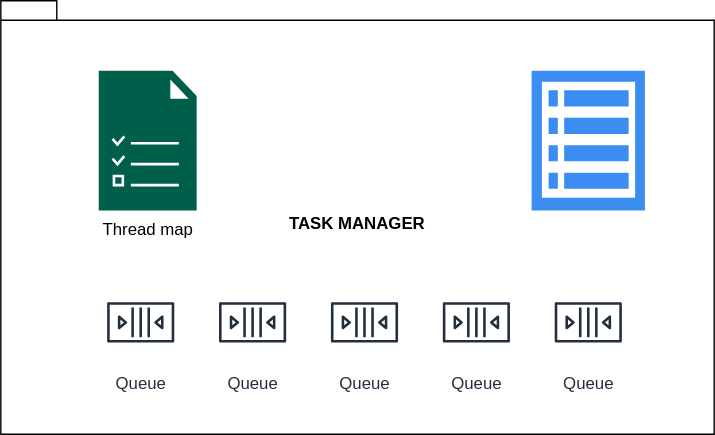
The draw.io diagram docs/forwarding-messages.svg in alexcvc/boilerplate-taskController, before a commit. Source tidied: cells renumbered, new cells last; positions are measured from the earlier drawing's top-left corner, leaving out a move shared by most shapes. The source it was exported from:
```xml
<mxGraphModel>
  <root>
    <mxCell id="0" />
    <mxCell id="1" parent="0" />
    <mxCell id="2" value="TASK MANAGER" style="shape=folder;fontStyle=1;spacingTop=10;tabWidth=40;tabHeight=14;tabPosition=left;html=1;whiteSpace=wrap;" parent="1" vertex="1">
      <mxGeometry width="510" height="310" as="geometry" />
    </mxCell>
    <mxCell id="3" value="Queue" style="sketch=0;fontColor=#232F3E;gradientColor=none;strokeColor=#232F3E;fillColor=#ffffff;dashed=0;verticalLabelPosition=bottom;verticalAlign=top;align=center;html=1;fontSize=12;fontStyle=0;shape=mxgraph.aws4.resourceIcon;resIcon=mxgraph.aws4.queue;" parent="1" vertex="1">
      <mxGeometry x="70" y="200" width="60" height="60" as="geometry" />
    </mxCell>
    <mxCell id="4" value="Queue" style="sketch=0;fontColor=#232F3E;gradientColor=none;strokeColor=#232F3E;fillColor=#ffffff;dashed=0;verticalLabelPosition=bottom;verticalAlign=top;align=center;html=1;fontSize=12;fontStyle=0;shape=mxgraph.aws4.resourceIcon;resIcon=mxgraph.aws4.queue;" parent="1" vertex="1">
      <mxGeometry x="150" y="200" width="60" height="60" as="geometry" />
    </mxCell>
    <mxCell id="5" value="Queue" style="sketch=0;fontColor=#232F3E;gradientColor=none;strokeColor=#232F3E;fillColor=#ffffff;dashed=0;verticalLabelPosition=bottom;verticalAlign=top;align=center;html=1;fontSize=12;fontStyle=0;shape=mxgraph.aws4.resourceIcon;resIcon=mxgraph.aws4.queue;" parent="1" vertex="1">
      <mxGeometry x="230" y="200" width="60" height="60" as="geometry" />
    </mxCell>
    <mxCell id="6" value="Queue" style="sketch=0;fontColor=#232F3E;gradientColor=none;strokeColor=#232F3E;fillColor=#ffffff;dashed=0;verticalLabelPosition=bottom;verticalAlign=top;align=center;html=1;fontSize=12;fontStyle=0;shape=mxgraph.aws4.resourceIcon;resIcon=mxgraph.aws4.queue;" parent="1" vertex="1">
      <mxGeometry x="310" y="200" width="60" height="60" as="geometry" />
    </mxCell>
    <mxCell id="7" value="Queue" style="sketch=0;fontColor=#232F3E;gradientColor=none;strokeColor=#232F3E;fillColor=#ffffff;dashed=0;verticalLabelPosition=bottom;verticalAlign=top;align=center;html=1;fontSize=12;fontStyle=0;shape=mxgraph.aws4.resourceIcon;resIcon=mxgraph.aws4.queue;" parent="1" vertex="1">
      <mxGeometry x="390" y="200" width="60" height="60" as="geometry" />
    </mxCell>
    <mxCell id="8" value="Thread map" style="sketch=0;shadow=0;dashed=0;html=1;strokeColor=none;fillColor=#005F4B;labelPosition=center;verticalLabelPosition=bottom;verticalAlign=top;align=center;shape=mxgraph.veeam2.task_list;" parent="1" vertex="1">
      <mxGeometry x="70" y="50" width="70" height="100" as="geometry" />
    </mxCell>
    <mxCell id="9" style="sketch=0;html=1;strokeColor=none;shadow=0;fillColor=#3B8DF1;verticalAlign=top;labelPosition=center;verticalLabelPosition=bottom;shape=mxgraph.gcp2.view_list;" parent="1" vertex="1">
      <mxGeometry x="379.5" y="50" width="81" height="100" as="geometry" />
    </mxCell>
  </root>
</mxGraphModel>
```
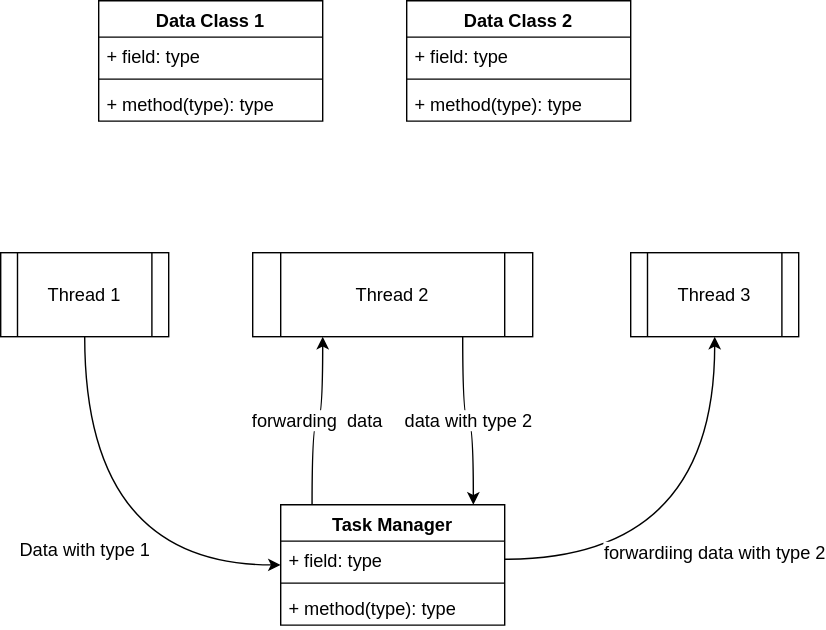
Later version of the same file.

Commit message:
Update SVG diagram metadata

Revised the file's modification date to reflect recent changes.

What changed in the source:
```diff
@@ -2,29 +2,62 @@
   <root>
     <mxCell id="0" />
     <mxCell id="1" parent="0" />
-    <mxCell id="2" value="TASK MANAGER" style="shape=folder;fontStyle=1;spacingTop=10;tabWidth=40;tabHeight=14;tabPosition=left;html=1;whiteSpace=wrap;" parent="1" vertex="1">
-      <mxGeometry width="510" height="310" as="geometry" />
-    </mxCell>
-    <mxCell id="3" value="Queue" style="sketch=0;fontColor=#232F3E;gradientColor=none;strokeColor=#232F3E;fillColor=#ffffff;dashed=0;verticalLabelPosition=bottom;verticalAlign=top;align=center;html=1;fontSize=12;fontStyle=0;shape=mxgraph.aws4.resourceIcon;resIcon=mxgraph.aws4.queue;" parent="1" vertex="1">
-      <mxGeometry x="70" y="200" width="60" height="60" as="geometry" />
-    </mxCell>
-    <mxCell id="4" value="Queue" style="sketch=0;fontColor=#232F3E;gradientColor=none;strokeColor=#232F3E;fillColor=#ffffff;dashed=0;verticalLabelPosition=bottom;verticalAlign=top;align=center;html=1;fontSize=12;fontStyle=0;shape=mxgraph.aws4.resourceIcon;resIcon=mxgraph.aws4.queue;" parent="1" vertex="1">
-      <mxGeometry x="150" y="200" width="60" height="60" as="geometry" />
-    </mxCell>
-    <mxCell id="5" value="Queue" style="sketch=0;fontColor=#232F3E;gradientColor=none;strokeColor=#232F3E;fillColor=#ffffff;dashed=0;verticalLabelPosition=bottom;verticalAlign=top;align=center;html=1;fontSize=12;fontStyle=0;shape=mxgraph.aws4.resourceIcon;resIcon=mxgraph.aws4.queue;" parent="1" vertex="1">
-      <mxGeometry x="230" y="200" width="60" height="60" as="geometry" />
-    </mxCell>
-    <mxCell id="6" value="Queue" style="sketch=0;fontColor=#232F3E;gradientColor=none;strokeColor=#232F3E;fillColor=#ffffff;dashed=0;verticalLabelPosition=bottom;verticalAlign=top;align=center;html=1;fontSize=12;fontStyle=0;shape=mxgraph.aws4.resourceIcon;resIcon=mxgraph.aws4.queue;" parent="1" vertex="1">
-      <mxGeometry x="310" y="200" width="60" height="60" as="geometry" />
-    </mxCell>
-    <mxCell id="7" value="Queue" style="sketch=0;fontColor=#232F3E;gradientColor=none;strokeColor=#232F3E;fillColor=#ffffff;dashed=0;verticalLabelPosition=bottom;verticalAlign=top;align=center;html=1;fontSize=12;fontStyle=0;shape=mxgraph.aws4.resourceIcon;resIcon=mxgraph.aws4.queue;" parent="1" vertex="1">
-      <mxGeometry x="390" y="200" width="60" height="60" as="geometry" />
-    </mxCell>
-    <mxCell id="8" value="Thread map" style="sketch=0;shadow=0;dashed=0;html=1;strokeColor=none;fillColor=#005F4B;labelPosition=center;verticalLabelPosition=bottom;verticalAlign=top;align=center;shape=mxgraph.veeam2.task_list;" parent="1" vertex="1">
-      <mxGeometry x="70" y="50" width="70" height="100" as="geometry" />
-    </mxCell>
-    <mxCell id="9" style="sketch=0;html=1;strokeColor=none;shadow=0;fillColor=#3B8DF1;verticalAlign=top;labelPosition=center;verticalLabelPosition=bottom;shape=mxgraph.gcp2.view_list;" parent="1" vertex="1">
-      <mxGeometry x="379.5" y="50" width="81" height="100" as="geometry" />
-    </mxCell>
+    <mxCell id="10" value="Data Class 1" style="swimlane;fontStyle=1;align=center;verticalAlign=top;horizontal=1;startSize=26;whiteSpace=wrap;html=1;fontSize=13;" parent="1" vertex="1">
+      <mxGeometry x="-10" y="-270" width="160" height="86" as="geometry" />
+    </mxCell>
+    <mxCell id="11" value="+ field: type" style="text;strokeColor=none;fillColor=none;align=left;verticalAlign=top;spacingLeft=4;spacingRight=4;overflow=hidden;whiteSpace=wrap;html=1;fontSize=13;" parent="10" vertex="1">
+      <mxGeometry y="26" width="160" height="26" as="geometry" />
+    </mxCell>
+    <mxCell id="12" style="line;strokeWidth=1;fillColor=none;align=left;verticalAlign=middle;spacingTop=-1;spacingLeft=3;spacingRight=3;labelPosition=right;strokeColor=inherit;fontSize=13;" parent="10" vertex="1">
+      <mxGeometry y="52" width="160" height="8" as="geometry" />
+    </mxCell>
+    <mxCell id="13" value="+ method(type): type" style="text;strokeColor=none;fillColor=none;align=left;verticalAlign=top;spacingLeft=4;spacingRight=4;overflow=hidden;whiteSpace=wrap;html=1;fontSize=13;" parent="10" vertex="1">
+      <mxGeometry y="60" width="160" height="26" as="geometry" />
+    </mxCell>
+    <mxCell id="14" value="Data Class 2" style="swimlane;fontStyle=1;align=center;verticalAlign=top;horizontal=1;startSize=26;whiteSpace=wrap;html=1;fontSize=13;" parent="1" vertex="1">
+      <mxGeometry x="210" y="-270" width="160" height="86" as="geometry" />
+    </mxCell>
+    <mxCell id="15" value="+ field: type" style="text;strokeColor=none;fillColor=none;align=left;verticalAlign=top;spacingLeft=4;spacingRight=4;overflow=hidden;whiteSpace=wrap;html=1;fontSize=13;" parent="14" vertex="1">
+      <mxGeometry y="26" width="160" height="26" as="geometry" />
+    </mxCell>
+    <mxCell id="16" style="line;strokeWidth=1;fillColor=none;align=left;verticalAlign=middle;spacingTop=-1;spacingLeft=3;spacingRight=3;labelPosition=right;strokeColor=inherit;fontSize=13;" parent="14" vertex="1">
+      <mxGeometry y="52" width="160" height="8" as="geometry" />
+    </mxCell>
+    <mxCell id="17" value="+ method(type): type" style="text;strokeColor=none;fillColor=none;align=left;verticalAlign=top;spacingLeft=4;spacingRight=4;overflow=hidden;whiteSpace=wrap;html=1;fontSize=13;" parent="14" vertex="1">
+      <mxGeometry y="60" width="160" height="26" as="geometry" />
+    </mxCell>
+    <mxCell id="18" value="Thread 1" style="shape=process;whiteSpace=wrap;html=1;backgroundOutline=1;fontSize=13;" parent="1" vertex="1">
+      <mxGeometry x="-80" y="-90" width="120" height="60" as="geometry" />
+    </mxCell>
+    <mxCell id="19" value="Thread 2" style="shape=process;whiteSpace=wrap;html=1;backgroundOutline=1;fontSize=13;" parent="1" vertex="1">
+      <mxGeometry x="100" y="-90" width="200" height="60" as="geometry" />
+    </mxCell>
+    <mxCell id="20" value="Thread 3" style="shape=process;whiteSpace=wrap;html=1;backgroundOutline=1;fontSize=13;" parent="1" vertex="1">
+      <mxGeometry x="370" y="-90" width="120" height="60" as="geometry" />
+    </mxCell>
+    <mxCell id="21" value="Data with type 1" style="endArrow=classic;html=1;rounded=0;exitX=0.5;exitY=1;exitDx=0;exitDy=0;edgeStyle=orthogonalEdgeStyle;curved=1;entryX=0;entryY=0.5;entryDx=0;entryDy=0;fontSize=13;" parent="1" edge="1" source="18" target="24">
+      <mxGeometry relative="1" as="geometry" />
+    </mxCell>
+    <mxCell id="22" value="forwarding&amp;nbsp; data" style="edgeStyle=orthogonalEdgeStyle;rounded=0;jettySize=auto;html=1;entryX=0.25;entryY=1;entryDx=0;entryDy=0;exitX=0.14;exitY=0;exitDx=0;exitDy=0;curved=1;exitPerimeter=0;fontSize=13;" parent="1" edge="1" source="24" target="19">
+      <mxGeometry relative="1" as="geometry" />
+    </mxCell>
+    <mxCell id="23" value="forwardiing data with type 2" style="edgeStyle=orthogonalEdgeStyle;rounded=0;jettySize=auto;html=1;exitX=1;exitY=0.5;exitDx=0;exitDy=0;curved=1;fontSize=13;" parent="1" edge="1" source="25" target="20">
+      <mxGeometry relative="1" as="geometry" />
+    </mxCell>
+    <mxCell id="24" value="Task Manager" style="swimlane;fontStyle=1;align=center;verticalAlign=top;horizontal=1;startSize=26;whiteSpace=wrap;html=1;points=[[0,0,0,0,0],[0,0.25,0,0,0],[0,0.5,0,0,0],[0,0.75,0,0,0],[0,1,0,0,0],[0.14,0,0,0,0],[0.25,0,0,0,0],[0.25,1,0,0,0],[0.29,0,0,0,0],[0.43,0,0,0,0],[0.5,0,0,0,0],[0.5,1,0,0,0],[0.57,0,0,0,0],[0.71,0,0,0,0],[0.75,0,0,0,0],[0.75,1,0,0,0],[0.86,0,0,0,0],[1,0,0,0,0],[1,0.25,0,0,0],[1,0.5,0,0,0],[1,0.75,0,0,0],[1,1,0,0,0]];fontSize=13;" parent="1" vertex="1">
+      <mxGeometry x="120" y="90" width="160" height="86" as="geometry" />
+    </mxCell>
+    <mxCell id="25" value="+ field: type" style="text;strokeColor=none;fillColor=none;align=left;verticalAlign=top;spacingLeft=4;spacingRight=4;overflow=hidden;points=[[0,0.5],[1,0.5]];portConstraint=eastwest;whiteSpace=wrap;html=1;fontSize=13;" parent="24" vertex="1">
+      <mxGeometry y="26" width="160" height="26" as="geometry" />
+    </mxCell>
+    <mxCell id="26" style="line;strokeWidth=1;fillColor=none;align=left;verticalAlign=middle;spacingTop=-1;spacingLeft=3;spacingRight=3;labelPosition=right;strokeColor=inherit;fontSize=13;" parent="24" vertex="1">
+      <mxGeometry y="52" width="160" height="8" as="geometry" />
+    </mxCell>
+    <mxCell id="27" value="+ method(type): type" style="text;strokeColor=none;fillColor=none;align=left;verticalAlign=top;spacingLeft=4;spacingRight=4;overflow=hidden;whiteSpace=wrap;html=1;fontSize=13;" parent="24" vertex="1">
+      <mxGeometry y="60" width="160" height="26" as="geometry" />
+    </mxCell>
+    <mxCell id="28" value="data with type 2" style="edgeStyle=orthogonalEdgeStyle;rounded=0;jettySize=auto;html=1;exitX=0.75;exitY=1;exitDx=0;exitDy=0;entryX=0.86;entryY=0;entryDx=0;entryDy=0;entryPerimeter=0;curved=1;fontSize=13;" parent="1" edge="1" source="19" target="24">
+      <mxGeometry relative="1" as="geometry" />
+    </mxCell>
   </root>
 </mxGraphModel>
```
